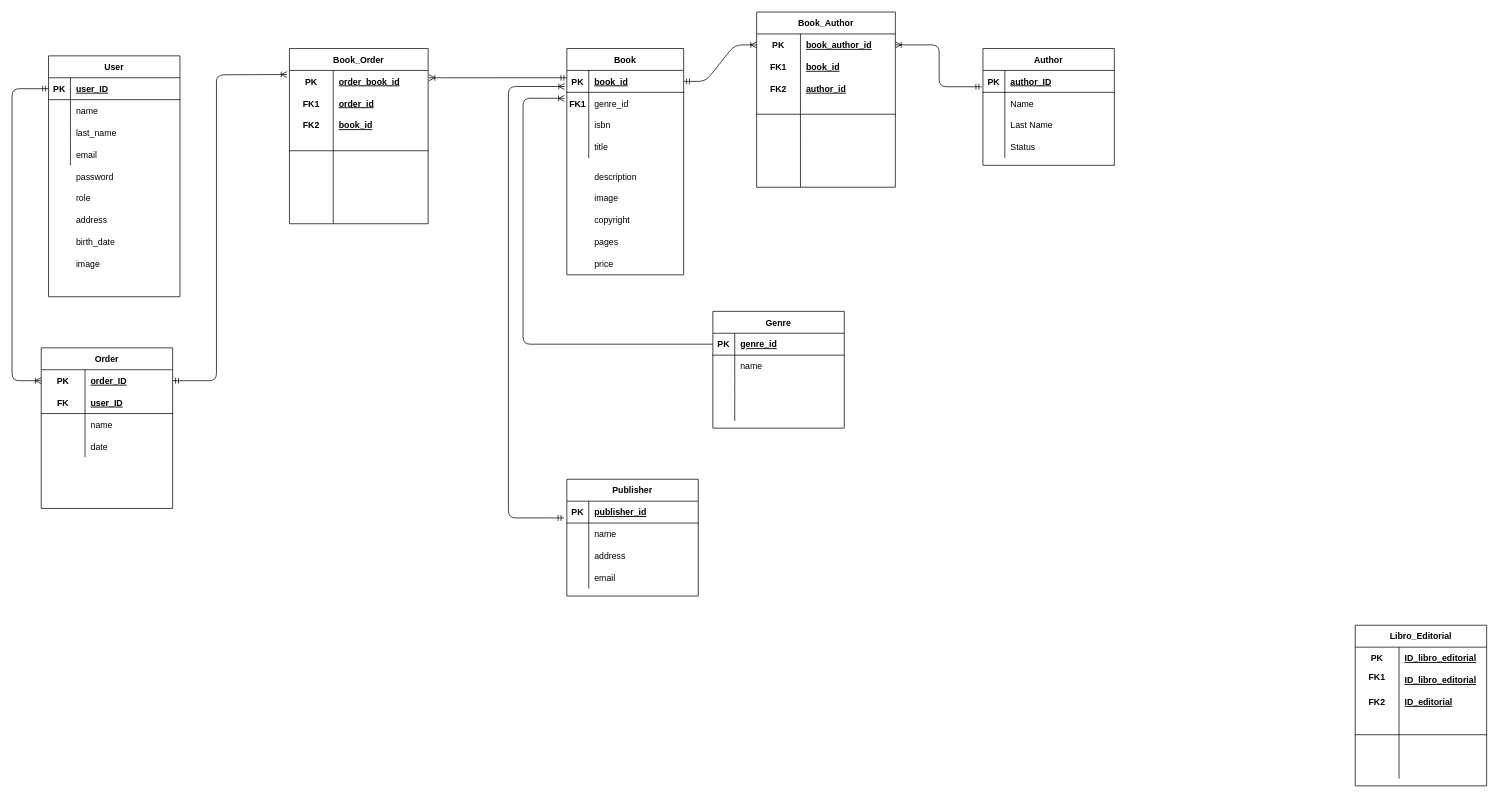
Earlier version of the draw.io diagram test.drawio (matiaspereyra123/libreria-osias). Source tidied: cells renumbered, new cells numbered last; positions are measured from the earlier drawing's top-left corner, leaving out a move shared by most shapes. Both pictures are drawn from the tidied source at 73%, with x=0, y=0 at pixel (12, 12).
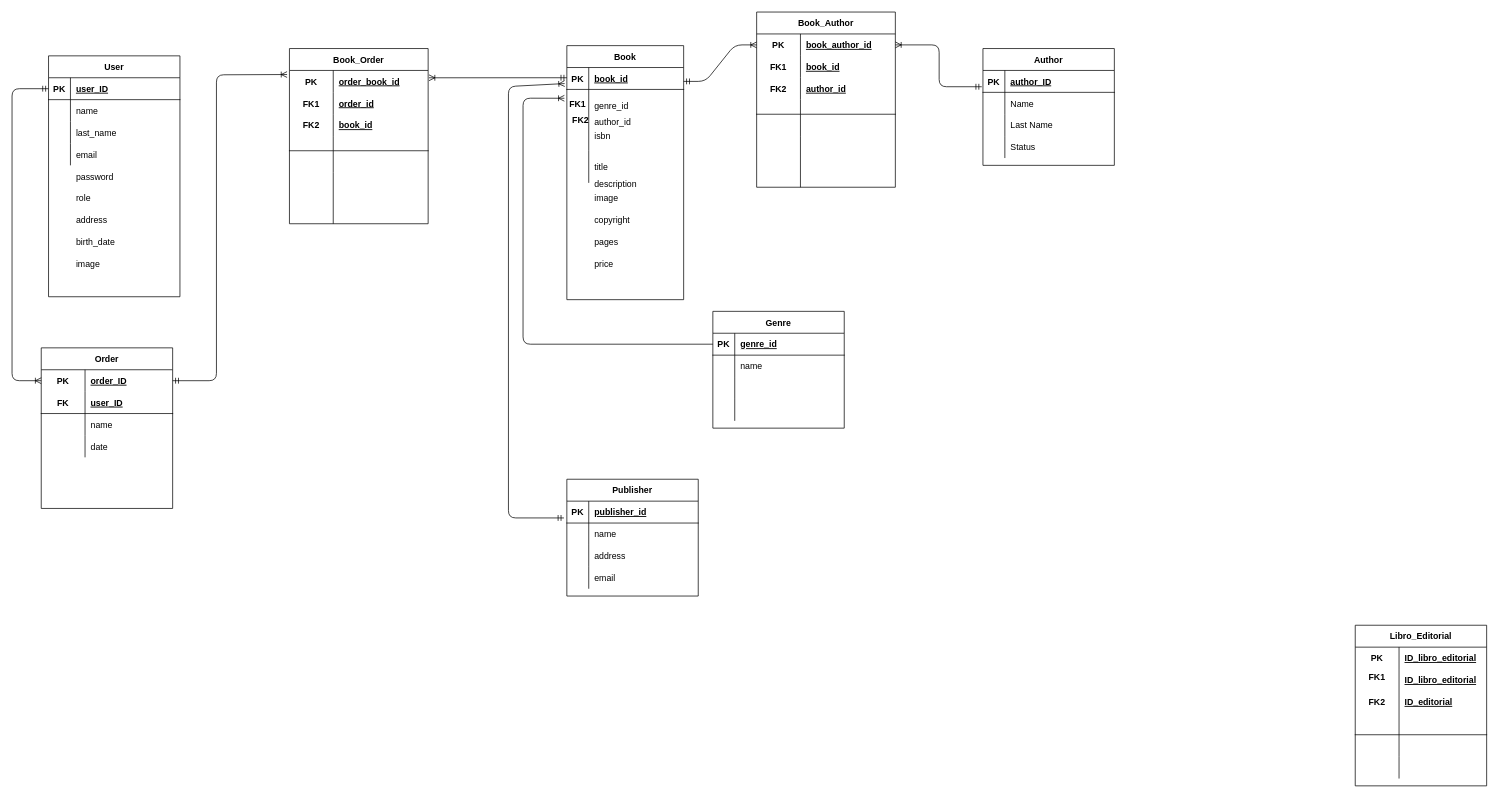
Above is the later version.

Commit message:
agrego author en book

The edit, as a diff of the source:
```diff
@@
     <mxCell id="2" value="Book" style="shape=table;startSize=30;childLayout=tableLayout;rowLines=0;fontStyle=1;align=center;" parent="1" vertex="1">
-      <mxGeometry x="760" y="50" width="160" height="310" as="geometry" />
+      <mxGeometry x="760" y="46" width="160" height="348" as="geometry" />
     </mxCell>
@@
     <mxCell id="6" style="shape=partialRectangle;fillColor=none;top=0;left=0;bottom=0;right=0;points=[[0,0.5],[1,0.5]];portConstraint=eastwest;" parent="2" vertex="1">
-      <mxGeometry y="60" width="160" height="30" as="geometry" />
+      <mxGeometry y="60" width="160" height="44" as="geometry" />
     </mxCell>
     <mxCell id="7" style="shape=partialRectangle;fillColor=none;top=0;left=0;bottom=0;right=0;overflow=hidden;" parent="6" vertex="1">
-      <mxGeometry width="30" height="30" as="geometry" />
+      <mxGeometry width="30" height="44" as="geometry" />
     </mxCell>
     <mxCell id="8" value="genre_id" style="shape=partialRectangle;fillColor=none;top=0;left=0;bottom=0;right=0;align=left;spacingLeft=6;overflow=hidden;" parent="6" vertex="1">
-      <mxGeometry x="30" width="130" height="30" as="geometry" />
+      <mxGeometry x="30" width="130" height="44" as="geometry" />
     </mxCell>
     <mxCell id="9" style="shape=partialRectangle;fillColor=none;top=0;left=0;bottom=0;right=0;" parent="2" vertex="1">
-      <mxGeometry y="90" width="160" height="30" as="geometry" />
+      <mxGeometry y="104" width="160" height="40" as="geometry" />
     </mxCell>
     <mxCell id="10" style="shape=partialRectangle;fillColor=none;top=0;left=0;bottom=0;right=0;overflow=hidden;" parent="9" vertex="1">
-      <mxGeometry width="30" height="30" as="geometry" />
+      <mxGeometry width="30" height="40" as="geometry" />
     </mxCell>
     <mxCell id="11" value="isbn" style="shape=partialRectangle;fillColor=none;top=0;left=0;bottom=0;right=0;align=left;spacingLeft=6;overflow=hidden;" parent="9" vertex="1">
-      <mxGeometry x="30" width="130" height="30" as="geometry" />
+      <mxGeometry x="30" width="130" height="40" as="geometry" />
     </mxCell>
     <mxCell id="12" style="shape=partialRectangle;fillColor=none;top=0;left=0;bottom=0;right=0;" parent="2" vertex="1">
-      <mxGeometry y="120" width="160" height="30" as="geometry" />
+      <mxGeometry y="144" width="160" height="44" as="geometry" />
     </mxCell>
     <mxCell id="13" style="shape=partialRectangle;fillColor=none;top=0;left=0;bottom=0;right=0;overflow=hidden;" parent="12" vertex="1">
-      <mxGeometry width="30" height="30" as="geometry" />
+      <mxGeometry width="30" height="44" as="geometry" />
     </mxCell>
     <mxCell id="14" value="title" style="shape=partialRectangle;fillColor=none;top=0;left=0;bottom=0;right=0;align=left;spacingLeft=6;overflow=hidden;" parent="12" vertex="1">
-      <mxGeometry x="30" width="130" height="30" as="geometry" />
+      <mxGeometry x="30" width="130" height="44" as="geometry" />
     </mxCell>
@@
     <mxCell id="152" value="description" style="shape=partialRectangle;fillColor=none;top=0;left=0;bottom=0;right=0;align=left;spacingLeft=6;overflow=hidden;" parent="1" vertex="1">
-      <mxGeometry x="790" y="210" width="130" height="30" as="geometry" />
+      <mxGeometry x="790" y="220" width="130" height="30" as="geometry" />
     </mxCell>
@@
+    <mxCell id="155" value="author_id" style="shape=partialRectangle;fillColor=none;top=0;left=0;bottom=0;right=0;align=left;spacingLeft=6;overflow=hidden;" parent="1" vertex="1">
+      <mxGeometry x="790" y="131" width="130" height="39" as="geometry" />
+    </mxCell>
+    <mxCell id="156" value="FK2" style="shape=partialRectangle;fillColor=none;top=0;left=0;bottom=0;right=0;fontStyle=1;overflow=hidden;" parent="1" vertex="1">
+      <mxGeometry x="764" y="133" width="30" height="30" as="geometry" />
+    </mxCell>
```
